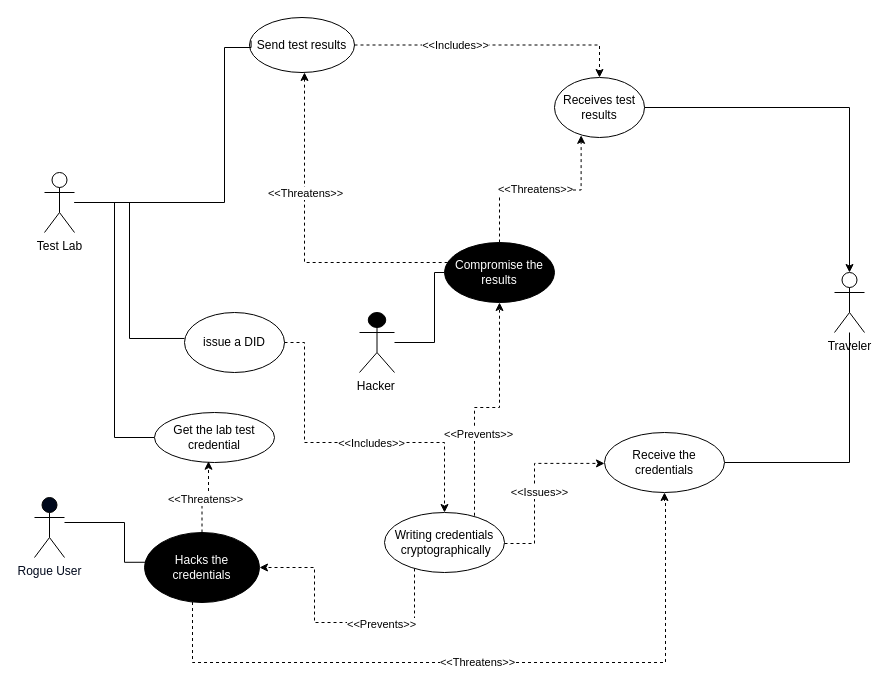
danielmulangu/Equation keeps this draw.io diagram as Untitled Diagram.drawio. Above is the earlier version. Source tidied: cells renumbered, new cells numbered last; positions are measured from the earlier drawing's top-left corner, leaving out a move shared by most shapes. Both pictures are drawn from the tidied source at 100%, with x=0, y=0 at pixel (34, 17).
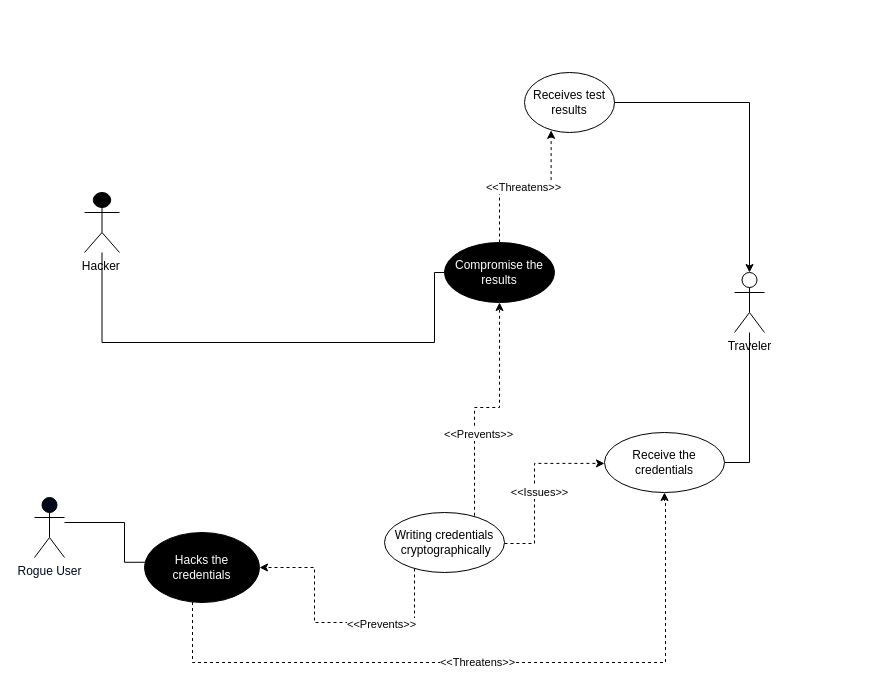
Above is the later version.

Unchanged cells that the change refers to:
```xml
<mxCell id="13" value="Writing credentials &amp;nbsp;cryptographically" style="ellipse;whiteSpace=wrap;html=1;" parent="1" vertex="1">
  <mxGeometry x="350" y="495" width="120" height="60" as="geometry" />
</mxCell>
<mxCell id="22" value="&lt;font color=&quot;#ffffff&quot;&gt;Hacks the credentials&lt;/font&gt;" style="ellipse;whiteSpace=wrap;html=1;fillColor=#000000;" parent="1" vertex="1">
  <mxGeometry x="110" y="515" width="115" height="70" as="geometry" />
</mxCell>
<mxCell id="25" value="Receive the credentials" style="ellipse;whiteSpace=wrap;html=1;" parent="1" vertex="1">
  <mxGeometry x="570" y="415" width="120" height="60" as="geometry" />
</mxCell>
<mxCell id="36" value="&lt;font color=&quot;#ffffff&quot;&gt;Compromise the results&lt;/font&gt;" style="ellipse;whiteSpace=wrap;html=1;fillColor=#000000;" parent="1" vertex="1">
  <mxGeometry x="410" y="225" width="110" height="60" as="geometry" />
</mxCell>
```

Diff of the diagram source:
```diff
@@
-    <mxCell id="2" style="edgeStyle=orthogonalEdgeStyle;rounded=0;jettySize=auto;html=1;entryX=0;entryY=0.5;entryDx=0;entryDy=0;endArrow=none;endFill=0;" parent="1" edge="1" source="3" target="14">
-      <mxGeometry relative="1" as="geometry" />
-    </mxCell>
-    <mxCell id="3" value="Test Lab" style="shape=umlActor;verticalLabelPosition=bottom;verticalAlign=top;html=1;outlineConnect=0;" parent="1" vertex="1">
-      <mxGeometry x="10" y="155" width="30" height="60" as="geometry" />
-    </mxCell>
-    <mxCell id="4" value="issue a DID" style="ellipse;whiteSpace=wrap;html=1;" parent="1" vertex="1">
-      <mxGeometry x="150" y="295" width="100" height="60" as="geometry" />
-    </mxCell>
     <mxCell id="5" style="edgeStyle=orthogonalEdgeStyle;rounded=0;jettySize=auto;html=1;entryX=1;entryY=0.5;entryDx=0;entryDy=0;endArrow=none;endFill=0;" parent="1" edge="1" source="6" target="25">
       <mxGeometry relative="1" as="geometry">
         <Array as="points">
-          <mxPoint x="815" y="445" />
+          <mxPoint x="715" y="445" />
         </Array>
       </mxGeometry>
     </mxCell>
     <mxCell id="6" value="Traveler" style="shape=umlActor;verticalLabelPosition=bottom;verticalAlign=top;html=1;outlineConnect=0;" parent="1" vertex="1">
-      <mxGeometry x="800" y="255" width="30" height="60" as="geometry" />
+      <mxGeometry x="700" y="255" width="30" height="60" as="geometry" />
     </mxCell>
@@
-    <mxCell id="14" value="Get the lab test credential" style="ellipse;whiteSpace=wrap;html=1;" parent="1" vertex="1">
-      <mxGeometry x="120" y="395" width="120" height="50" as="geometry" />
-    </mxCell>
     <mxCell id="15" value="Receives test results" style="ellipse;whiteSpace=wrap;html=1;" parent="1" vertex="1">
-      <mxGeometry x="520" y="60" width="90" height="60" as="geometry" />
+      <mxGeometry x="490" y="55" width="90" height="60" as="geometry" />
     </mxCell>
@@
-    <mxCell id="18" style="edgeStyle=orthogonalEdgeStyle;rounded=0;jettySize=auto;html=1;entryX=0.5;entryY=0;entryDx=0;entryDy=0;dashed=1;exitX=1;exitY=0.5;exitDx=0;exitDy=0;" parent="1" edge="1" source="4" target="13">
-      <mxGeometry relative="1" as="geometry">
-        <Array as="points">
-          <mxPoint x="270" y="325" />
-          <mxPoint x="270" y="425" />
-          <mxPoint x="410" y="425" />
-        </Array>
-      </mxGeometry>
-    </mxCell>
-    <mxCell id="19" value="&amp;lt;&amp;lt;Includes&amp;gt;&amp;gt;" style="edgeLabel;html=1;align=center;verticalAlign=middle;" parent="18" vertex="1">
-      <mxGeometry x="-0.15" y="3" relative="1" as="geometry">
-        <mxPoint x="46" y="3" as="offset" />
-      </mxGeometry>
-    </mxCell>
@@
-    <mxCell id="23" style="edgeStyle=orthogonalEdgeStyle;rounded=0;jettySize=auto;html=1;entryX=0.45;entryY=0.975;entryDx=0;entryDy=0;entryPerimeter=0;dashed=1;" parent="1" edge="1" source="22" target="14">
-      <mxGeometry relative="1" as="geometry" />
-    </mxCell>
-    <mxCell id="24" value="&amp;lt;&amp;lt;Threatens&amp;gt;&amp;gt;" style="edgeLabel;html=1;align=center;verticalAlign=middle;" parent="23" vertex="1">
-      <mxGeometry x="-0.13" y="-2" relative="1" as="geometry">
-        <mxPoint x="1" as="offset" />
-      </mxGeometry>
-    </mxCell>
@@
-    <mxCell id="26" style="edgeStyle=orthogonalEdgeStyle;rounded=0;jettySize=auto;html=1;entryX=0;entryY=0.433;entryDx=0;entryDy=0;entryPerimeter=0;endArrow=none;endFill=0;" parent="1" edge="1" source="3" target="4">
-      <mxGeometry relative="1" as="geometry" />
-    </mxCell>
-    <mxCell id="27" style="edgeStyle=orthogonalEdgeStyle;rounded=0;jettySize=auto;html=1;exitX=1;exitY=0.5;exitDx=0;exitDy=0;dashed=1;" parent="1" edge="1" source="29" target="15">
-      <mxGeometry relative="1" as="geometry" />
-    </mxCell>
-    <mxCell id="28" value="&amp;lt;&amp;lt;Includes&amp;gt;&amp;gt;" style="edgeLabel;html=1;align=center;verticalAlign=middle;" parent="27" vertex="1">
-      <mxGeometry x="-0.17" y="-1" relative="1" as="geometry">
-        <mxPoint x="-15" y="-1" as="offset" />
-      </mxGeometry>
-    </mxCell>
-    <mxCell id="29" value="Send test results" style="ellipse;whiteSpace=wrap;html=1;" parent="1" vertex="1">
-      <mxGeometry x="215" width="105" height="55" as="geometry" />
-    </mxCell>
-    <mxCell id="30" style="edgeStyle=orthogonalEdgeStyle;rounded=0;jettySize=auto;html=1;entryX=0.015;entryY=0.421;entryDx=0;entryDy=0;entryPerimeter=0;endArrow=none;endFill=0;" parent="1" edge="1" source="3" target="29">
-      <mxGeometry relative="1" as="geometry">
-        <Array as="points">
-          <mxPoint x="190" y="185" />
-          <mxPoint x="190" y="30" />
-        </Array>
-      </mxGeometry>
-    </mxCell>
@@
     <mxCell id="32" value="Hacker&amp;nbsp;" style="shape=umlActor;verticalLabelPosition=bottom;verticalAlign=top;html=1;outlineConnect=0;fillColor=#000000;" parent="1" vertex="1">
-      <mxGeometry x="325" y="295" width="35" height="60" as="geometry" />
+      <mxGeometry x="50" y="175" width="35" height="60" as="geometry" />
     </mxCell>
@@
-    <mxCell id="34" style="edgeStyle=orthogonalEdgeStyle;rounded=0;jettySize=auto;html=1;dashed=1;" parent="1" edge="1" source="36" target="29">
-      <mxGeometry relative="1" as="geometry">
-        <Array as="points">
-          <mxPoint x="270" y="245" />
-        </Array>
-      </mxGeometry>
-    </mxCell>
-    <mxCell id="35" value="&amp;lt;&amp;lt;Threatens&amp;gt;&amp;gt;" style="edgeLabel;html=1;align=center;verticalAlign=middle;" parent="34" vertex="1">
-      <mxGeometry x="0.28" relative="1" as="geometry" />
-    </mxCell>
```
